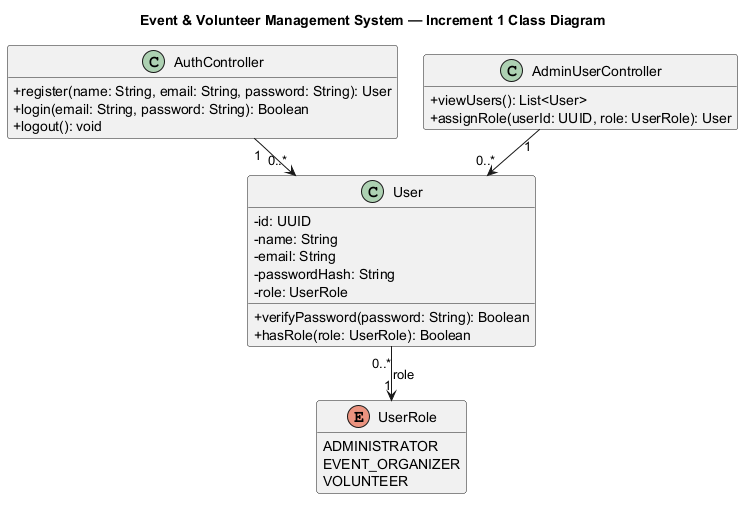
Earlier version of the PlantUML export uml/rendered/class_diagram.png (LeenQasem/SE-project-group8). The source it was exported from:
```plantuml
@startuml class_diagram
title Event & Volunteer Management System — Increment 1 Class Diagram

top to bottom direction
skinparam linetype polyline
skinparam nodesep 25
skinparam ranksep 35
skinparam shadowing false
skinparam classAttributeIconSize 0
hide empty members

class User {
  - id: UUID
  - name: String
  - email: String
  - passwordHash: String
  - role: UserRole
  + verifyPassword(password: String): Boolean
  + hasRole(role: UserRole): Boolean
}

enum UserRole {
  ADMINISTRATOR
  EVENT_ORGANIZER
  VOLUNTEER
}

class AuthController {
  + register(name: String, email: String, password: String): User
  + login(email: String, password: String): Boolean
  + logout(): void
}

class AdminUserController {
  + viewUsers(): List<User>
  + assignRole(userId: UUID, role: UserRole): User
}

AuthController "1" --> "0..*" User
AdminUserController "1" --> "0..*" User
User "0..*" --> "1" UserRole : role
@enduml
```
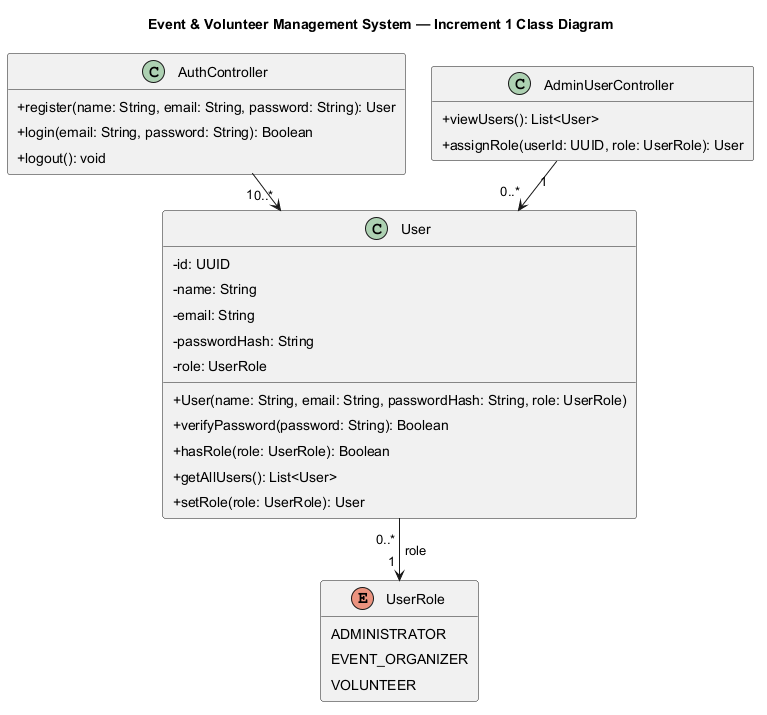
The same file after the commit.

What changed in the source:
```diff
@@ -7,6 +7,7 @@
 skinparam ranksep 35
 skinparam shadowing false
 skinparam classAttributeIconSize 0
+skinparam padding 4
 hide empty members
 
 class User {
@@ -15,8 +16,11 @@
   - email: String
   - passwordHash: String
   - role: UserRole
+  + User(name: String, email: String, passwordHash: String, role: UserRole)
   + verifyPassword(password: String): Boolean
   + hasRole(role: UserRole): Boolean
+  + getAllUsers(): List<User>
+  + setRole(role: UserRole): User
 }
 
 enum UserRole {
```
